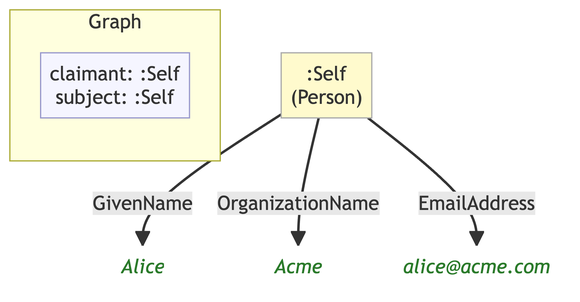
Before: example/graphs/images/graph-16.png, a diagram exported from Mermaid (MeeFoundation/mia-ontologies). Its source is kept beside it as example/graphs/images/graph-16.mmd.
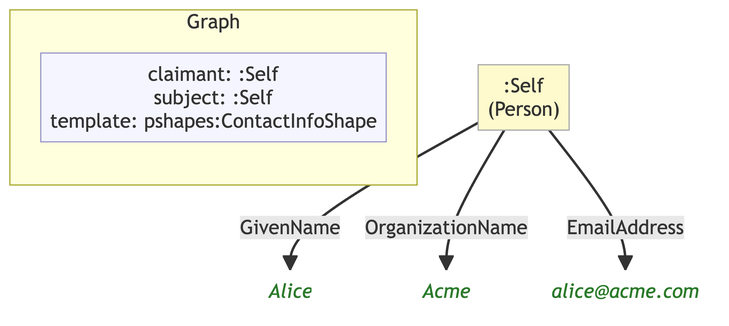
Later version of the same file.

The edit, as a diff of the source:
```diff
@@ -6,14 +6,14 @@
 
     subgraph ctx["Graph"]
         direction LR
-        ctx_meta["claimant: :Self\nsubject: :Self"]:::meta
+        ctx_meta["claimant: :Self\nsubject: :Self\ntemplate: pshapes:ContactInfoShape"]:::meta
     end
 
     ne0c3ba92f1db[":Self\n(Person)"]:::person
-    n0356a11d7b3e("Alice"):::lit
-    n37c71833aaa2("Acme"):::lit
-    n150ebec9f3cb("alice@acme.com"):::lit
+    n83e08e1759c9("Alice"):::lit
+    ne26fb472bce0("Acme"):::lit
+    n46c04d4f994d("alice@acme.com"):::lit
 
-    ne0c3ba92f1db -->|"GivenName"| n0356a11d7b3e
-    ne0c3ba92f1db -->|"OrganizationName"| n37c71833aaa2
-    ne0c3ba92f1db -->|"EmailAddress"| n150ebec9f3cb
+    ne0c3ba92f1db -->|"GivenName"| n83e08e1759c9
+    ne0c3ba92f1db -->|"OrganizationName"| ne26fb472bce0
+    ne0c3ba92f1db -->|"EmailAddress"| n46c04d4f994d
```
